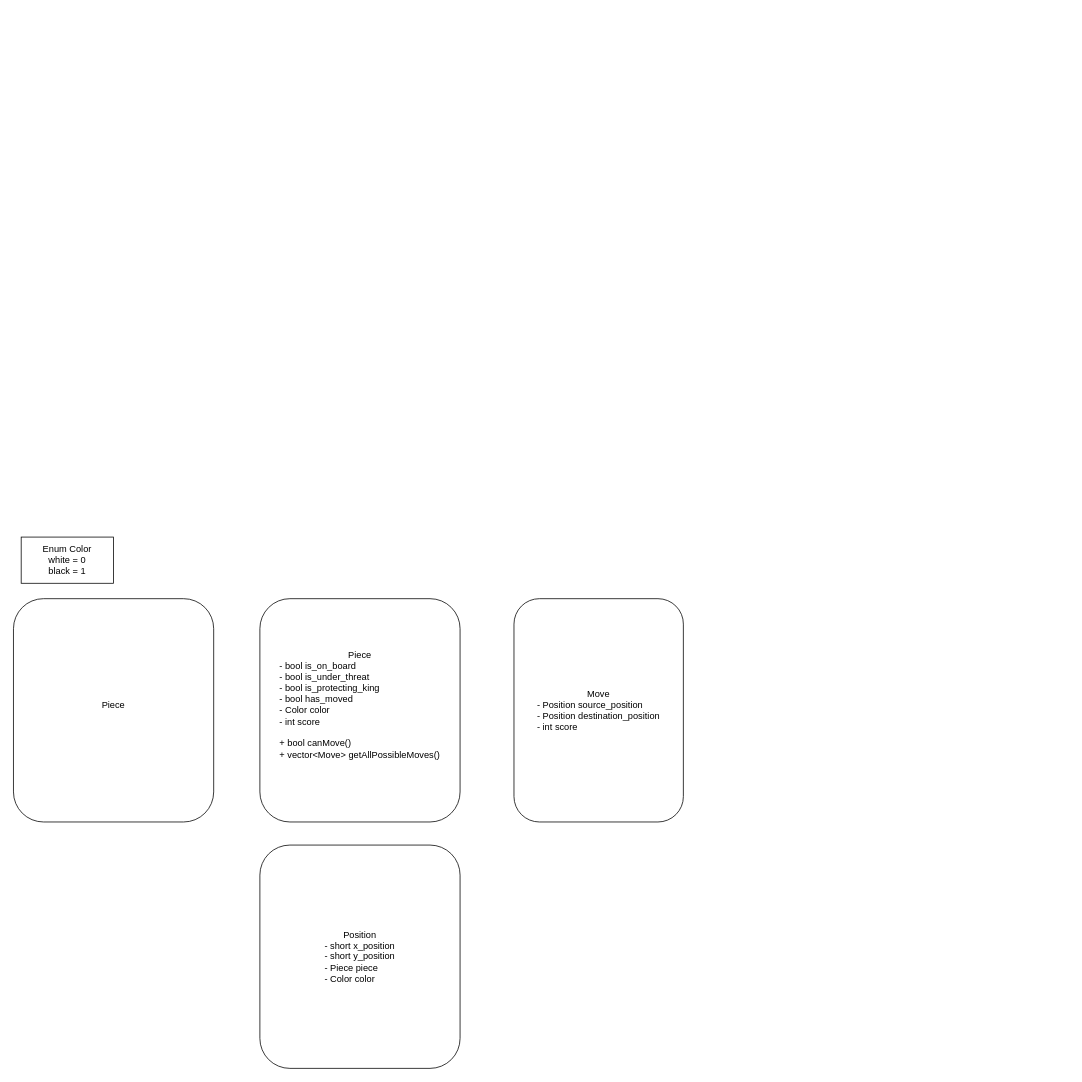
The draw.io diagram ChessEngine.drawio in yamyam55/ChessEngine, before the edit. Source tidied: cells renumbered, new cells numbered last; positions are measured from the earlier drawing's top-left corner, leaving out a move shared by most shapes. Both pictures are drawn from the tidied source at 77%, with x=0, y=0 at pixel (13, 537).
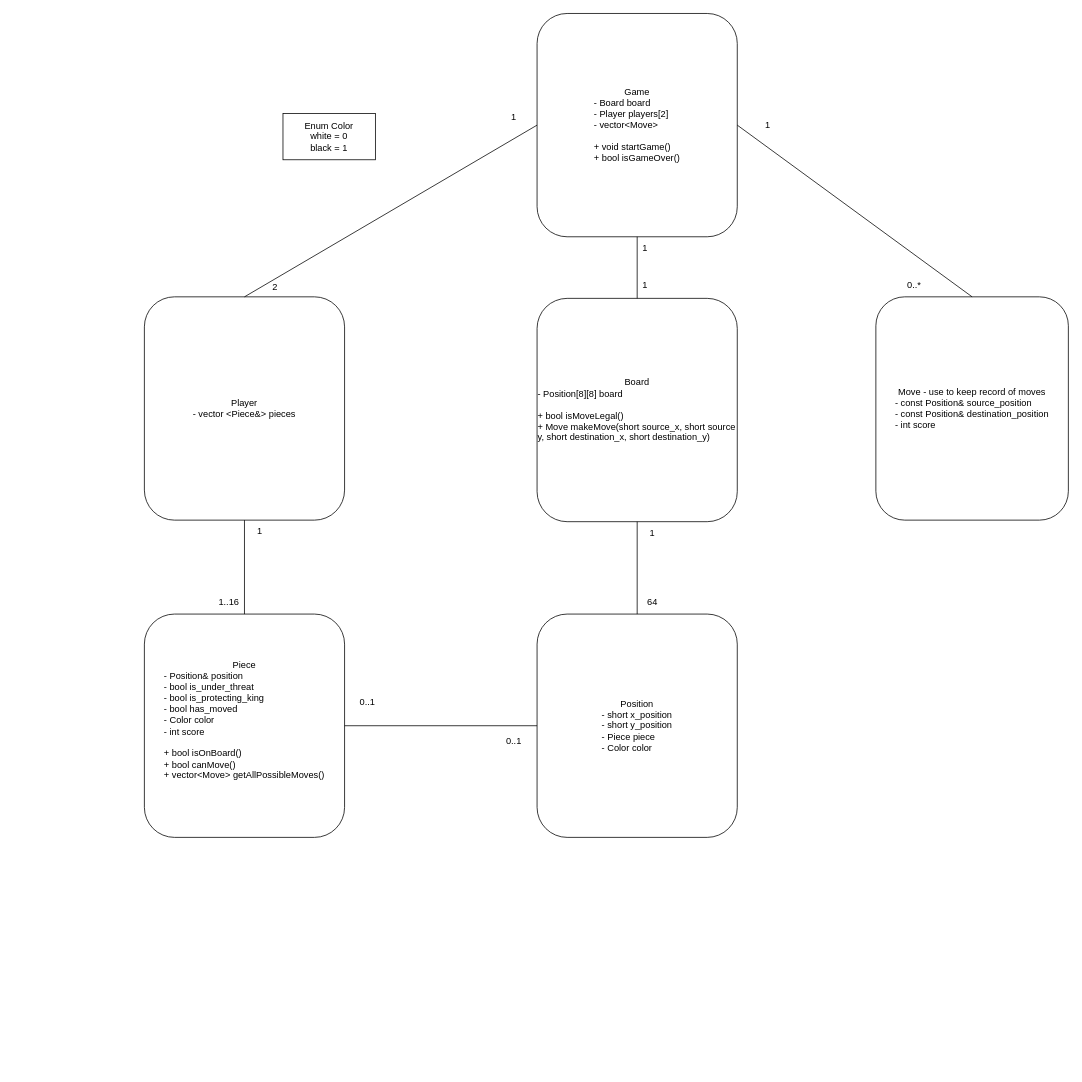
The same diagram, later.

The edit, as a diff of the source:
```diff
@@
-    <mxCell id="2" value="Piece&lt;br&gt;&lt;div style=&quot;text-align: left;&quot;&gt;&lt;span style=&quot;background-color: initial;&quot;&gt;- bool is_on_board&lt;/span&gt;&lt;/div&gt;&lt;div style=&quot;text-align: left;&quot;&gt;&lt;span style=&quot;background-color: initial;&quot;&gt;- bool is_under_threat&lt;/span&gt;&lt;/div&gt;&lt;div style=&quot;text-align: left;&quot;&gt;- bool is_protecting_king&lt;/div&gt;&lt;div style=&quot;text-align: left;&quot;&gt;- bool has_moved&lt;/div&gt;&lt;div style=&quot;text-align: left;&quot;&gt;- Color color&lt;/div&gt;&lt;div style=&quot;text-align: left;&quot;&gt;- int score&lt;/div&gt;&lt;div style=&quot;text-align: left;&quot;&gt;&lt;br&gt;&lt;/div&gt;&lt;div style=&quot;text-align: left;&quot;&gt;+ bool canMove()&lt;/div&gt;&lt;div style=&quot;text-align: left;&quot;&gt;+ vector&amp;lt;Move&amp;gt; getAllPossibleMoves()&lt;/div&gt;&lt;div style=&quot;text-align: left;&quot;&gt;&amp;nbsp;&lt;/div&gt;" style="rounded=1;whiteSpace=wrap;html=1;" parent="1" vertex="1">
-      <mxGeometry x="320" y="80" width="260" height="290" as="geometry" />
+    <mxCell id="2" value="Piece&lt;br&gt;&lt;div style=&quot;text-align: left;&quot;&gt;- Position&amp;amp; position&lt;/div&gt;&lt;div style=&quot;text-align: left;&quot;&gt;&lt;span style=&quot;background-color: initial;&quot;&gt;- bool is_under_threat&lt;/span&gt;&lt;/div&gt;&lt;div style=&quot;text-align: left;&quot;&gt;- bool is_protecting_king&lt;/div&gt;&lt;div style=&quot;text-align: left;&quot;&gt;- bool has_moved&lt;/div&gt;&lt;div style=&quot;text-align: left;&quot;&gt;- Color color&lt;/div&gt;&lt;div style=&quot;text-align: left;&quot;&gt;- int score&lt;/div&gt;&lt;div style=&quot;text-align: left;&quot;&gt;&lt;br&gt;&lt;/div&gt;&lt;div style=&quot;text-align: left;&quot;&gt;+ bool isOnBoard()&lt;br&gt;&lt;/div&gt;&lt;div style=&quot;text-align: left;&quot;&gt;+ bool canMove()&lt;/div&gt;&lt;div style=&quot;text-align: left;&quot;&gt;+ vector&amp;lt;Move&amp;gt; getAllPossibleMoves()&lt;/div&gt;&lt;div style=&quot;text-align: left;&quot;&gt;&amp;nbsp;&lt;/div&gt;" style="rounded=1;whiteSpace=wrap;html=1;" parent="1" vertex="1">
+      <mxGeometry x="170" y="100" width="260" height="290" as="geometry" />
     </mxCell>
     <mxCell id="3" value="Enum Color&lt;br&gt;white = 0&lt;br&gt;black = 1" style="rounded=0;whiteSpace=wrap;html=1;" parent="1" vertex="1">
-      <mxGeometry x="10" width="120" height="60" as="geometry" />
+      <mxGeometry x="350" y="-550" width="120" height="60" as="geometry" />
     </mxCell>
-    <mxCell id="4" value="Move&lt;br&gt;&lt;div style=&quot;text-align: left;&quot;&gt;&lt;span style=&quot;background-color: initial;&quot;&gt;- Position source_position&lt;/span&gt;&lt;/div&gt;&lt;div style=&quot;text-align: left;&quot;&gt;&lt;span style=&quot;background-color: initial;&quot;&gt;- Position destination_position&lt;/span&gt;&lt;/div&gt;&lt;div style=&quot;text-align: left;&quot;&gt;&lt;span style=&quot;background-color: initial;&quot;&gt;- int score&lt;/span&gt;&lt;/div&gt;" style="rounded=1;whiteSpace=wrap;html=1;align=center;" parent="1" vertex="1">
-      <mxGeometry x="650" y="80" width="220" height="290" as="geometry" />
+    <mxCell id="4" value="Move - use to keep record of moves&lt;br&gt;&lt;div style=&quot;text-align: left;&quot;&gt;&lt;span style=&quot;background-color: initial;&quot;&gt;- const Position&amp;amp; source_position&lt;/span&gt;&lt;/div&gt;&lt;div style=&quot;text-align: left;&quot;&gt;&lt;span style=&quot;background-color: initial;&quot;&gt;- const Position&amp;amp; destination_position&lt;/span&gt;&lt;/div&gt;&lt;div style=&quot;text-align: left;&quot;&gt;&lt;span style=&quot;background-color: initial;&quot;&gt;- int score&lt;/span&gt;&lt;/div&gt;" style="rounded=1;whiteSpace=wrap;html=1;align=center;" parent="1" vertex="1">
+      <mxGeometry x="1120" y="-312" width="250" height="290" as="geometry" />
     </mxCell>
-    <mxCell id="5" value="Piece&lt;br&gt;&lt;div style=&quot;text-align: left;&quot;&gt;&lt;br&gt;&lt;/div&gt;" style="rounded=1;whiteSpace=wrap;html=1;" parent="1" vertex="1">
-      <mxGeometry y="80" width="260" height="290" as="geometry" />
+    <mxCell id="5" value="Board&lt;br&gt;&lt;div style=&quot;text-align: left;&quot;&gt;&lt;span style=&quot;background-color: initial;&quot;&gt;- Position[8][8] board&lt;/span&gt;&lt;/div&gt;&lt;div style=&quot;text-align: left;&quot;&gt;&lt;br&gt;&lt;/div&gt;&lt;div style=&quot;text-align: left;&quot;&gt;+ bool isMoveLegal()&lt;/div&gt;&lt;div style=&quot;text-align: left;&quot;&gt;+ Move makeMove(short source_x, short source y, short destination_x, short destination_y)&lt;/div&gt;" style="rounded=1;whiteSpace=wrap;html=1;" parent="1" vertex="1">
+      <mxGeometry x="680" y="-310" width="260" height="290" as="geometry" />
     </mxCell>
     <mxCell id="6" value="Position&lt;br&gt;&lt;div style=&quot;text-align: left;&quot;&gt;&lt;span style=&quot;background-color: initial;&quot;&gt;- short x_position&lt;/span&gt;&lt;/div&gt;&lt;div style=&quot;text-align: left;&quot;&gt;&lt;span style=&quot;background-color: initial;&quot;&gt;- short y_position&lt;/span&gt;&lt;/div&gt;&lt;div style=&quot;text-align: left;&quot;&gt;- Piece piece&lt;/div&gt;&lt;div style=&quot;text-align: left;&quot;&gt;- Color color&lt;/div&gt;" style="rounded=1;whiteSpace=wrap;html=1;align=center;" parent="1" vertex="1">
-      <mxGeometry x="320" y="400" width="260" height="290" as="geometry" />
+      <mxGeometry x="680" y="100" width="260" height="290" as="geometry" />
     </mxCell>
+    <mxCell id="7" value="Game&lt;br&gt;&lt;div style=&quot;text-align: left;&quot;&gt;&lt;span style=&quot;background-color: initial;&quot;&gt;- Board board&lt;/span&gt;&lt;/div&gt;&lt;div style=&quot;text-align: left;&quot;&gt;&lt;span style=&quot;background-color: initial;&quot;&gt;- Player players[2]&lt;/span&gt;&lt;/div&gt;&lt;div style=&quot;text-align: left;&quot;&gt;&lt;span style=&quot;background-color: initial;&quot;&gt;- vector&amp;lt;Move&amp;gt;&lt;/span&gt;&lt;/div&gt;&lt;div style=&quot;text-align: left;&quot;&gt;&lt;span style=&quot;background-color: initial;&quot;&gt;&lt;br&gt;&lt;/span&gt;&lt;/div&gt;&lt;div style=&quot;text-align: left;&quot;&gt;&lt;span style=&quot;background-color: initial;&quot;&gt;+ void startGame()&lt;/span&gt;&lt;/div&gt;&lt;div style=&quot;text-align: left;&quot;&gt;&lt;span style=&quot;background-color: initial;&quot;&gt;+ bool isGameOver()&lt;/span&gt;&lt;/div&gt;" style="rounded=1;whiteSpace=wrap;html=1;" parent="1" vertex="1">
+      <mxGeometry x="680" y="-680" width="260" height="290" as="geometry" />
+    </mxCell>
+    <mxCell id="8" style="endArrow=none;html=1;rounded=0;entryX=0.5;entryY=1;entryDx=0;entryDy=0;exitX=0.5;exitY=0;exitDx=0;exitDy=0;" parent="1" edge="1" source="5" target="7">
+      <mxGeometry relative="1" as="geometry" />
+    </mxCell>
+    <mxCell id="9" value="1" style="text;html=1;align=center;verticalAlign=middle;strokeColor=none;fillColor=none;" parent="1" vertex="1">
+      <mxGeometry x="805" y="-342" width="30" height="30" as="geometry" />
+    </mxCell>
+    <mxCell id="10" value="1" style="text;html=1;align=center;verticalAlign=middle;strokeColor=none;fillColor=none;" parent="1" vertex="1">
+      <mxGeometry x="805" y="-390" width="30" height="30" as="geometry" />
+    </mxCell>
+    <mxCell id="11" style="endArrow=none;html=1;rounded=0;entryX=0.5;entryY=1;entryDx=0;entryDy=0;exitX=0.5;exitY=0;exitDx=0;exitDy=0;" parent="1" edge="1" source="6" target="5">
+      <mxGeometry relative="1" as="geometry" />
+    </mxCell>
+    <mxCell id="12" style="endArrow=none;html=1;rounded=0;exitX=1;exitY=0.5;exitDx=0;exitDy=0;entryX=0.5;entryY=0;entryDx=0;entryDy=0;" parent="1" edge="1" source="7" target="4">
+      <mxGeometry relative="1" as="geometry" />
+    </mxCell>
+    <mxCell id="13" value="0..*" style="text;html=1;strokeColor=none;fillColor=none;align=center;verticalAlign=middle;whiteSpace=wrap;rounded=0;" parent="1" vertex="1">
+      <mxGeometry x="1140" y="-342" width="60" height="30" as="geometry" />
+    </mxCell>
+    <mxCell id="14" value="1" style="text;html=1;strokeColor=none;fillColor=none;align=center;verticalAlign=middle;whiteSpace=wrap;rounded=0;" parent="1" vertex="1">
+      <mxGeometry x="950" y="-550" width="60" height="30" as="geometry" />
+    </mxCell>
+    <mxCell id="15" value="1" style="text;html=1;strokeColor=none;fillColor=none;align=center;verticalAlign=middle;whiteSpace=wrap;rounded=0;" parent="1" vertex="1">
+      <mxGeometry x="800" y="-20" width="60" height="30" as="geometry" />
+    </mxCell>
+    <mxCell id="16" value="64" style="text;html=1;strokeColor=none;fillColor=none;align=center;verticalAlign=middle;whiteSpace=wrap;rounded=0;" parent="1" vertex="1">
+      <mxGeometry x="800" y="70" width="60" height="30" as="geometry" />
+    </mxCell>
+    <mxCell id="17" value="Player&lt;br&gt;&lt;div style=&quot;text-align: left;&quot;&gt;&lt;span style=&quot;background-color: initial;&quot;&gt;- vector &amp;lt;Piece&amp;amp;&amp;gt; pieces&lt;/span&gt;&lt;/div&gt;" style="rounded=1;whiteSpace=wrap;html=1;" parent="1" vertex="1">
+      <mxGeometry x="170" y="-312" width="260" height="290" as="geometry" />
+    </mxCell>
+    <mxCell id="18" style="endArrow=none;html=1;rounded=0;exitX=0;exitY=0.5;exitDx=0;exitDy=0;entryX=1;entryY=0.5;entryDx=0;entryDy=0;" parent="1" edge="1" source="6" target="2">
+      <mxGeometry relative="1" as="geometry" />
+    </mxCell>
+    <mxCell id="19" value="0..1" style="text;html=1;strokeColor=none;fillColor=none;align=center;verticalAlign=middle;whiteSpace=wrap;rounded=0;" parent="1" vertex="1">
+      <mxGeometry x="620" y="250" width="60" height="30" as="geometry" />
+    </mxCell>
+    <mxCell id="20" value="0..1" style="text;html=1;strokeColor=none;fillColor=none;align=center;verticalAlign=middle;whiteSpace=wrap;rounded=0;" parent="1" vertex="1">
+      <mxGeometry x="430" y="200" width="60" height="30" as="geometry" />
+    </mxCell>
+    <mxCell id="21" style="endArrow=none;html=1;rounded=0;entryX=0.5;entryY=1;entryDx=0;entryDy=0;exitX=0.5;exitY=0;exitDx=0;exitDy=0;" parent="1" edge="1" source="2" target="17">
+      <mxGeometry relative="1" as="geometry" />
+    </mxCell>
+    <mxCell id="22" value="1" style="text;html=1;strokeColor=none;fillColor=none;align=center;verticalAlign=middle;whiteSpace=wrap;rounded=0;" parent="1" vertex="1">
+      <mxGeometry x="290" y="-22" width="60" height="30" as="geometry" />
+    </mxCell>
+    <mxCell id="23" value="1..16" style="text;html=1;strokeColor=none;fillColor=none;align=center;verticalAlign=middle;whiteSpace=wrap;rounded=0;" parent="1" vertex="1">
+      <mxGeometry x="250" y="70" width="60" height="30" as="geometry" />
+    </mxCell>
+    <mxCell id="24" style="endArrow=none;html=1;rounded=0;entryX=0;entryY=0.5;entryDx=0;entryDy=0;exitX=0.5;exitY=0;exitDx=0;exitDy=0;" parent="1" edge="1" source="17" target="7">
+      <mxGeometry relative="1" as="geometry" />
+    </mxCell>
+    <mxCell id="25" value="1" style="text;html=1;strokeColor=none;fillColor=none;align=center;verticalAlign=middle;whiteSpace=wrap;rounded=0;" parent="1" vertex="1">
+      <mxGeometry x="620" y="-560" width="60" height="30" as="geometry" />
+    </mxCell>
+    <mxCell id="26" value="2" style="text;html=1;strokeColor=none;fillColor=none;align=center;verticalAlign=middle;whiteSpace=wrap;rounded=0;" parent="1" vertex="1">
+      <mxGeometry x="310" y="-340" width="60" height="30" as="geometry" />
+    </mxCell>
```
